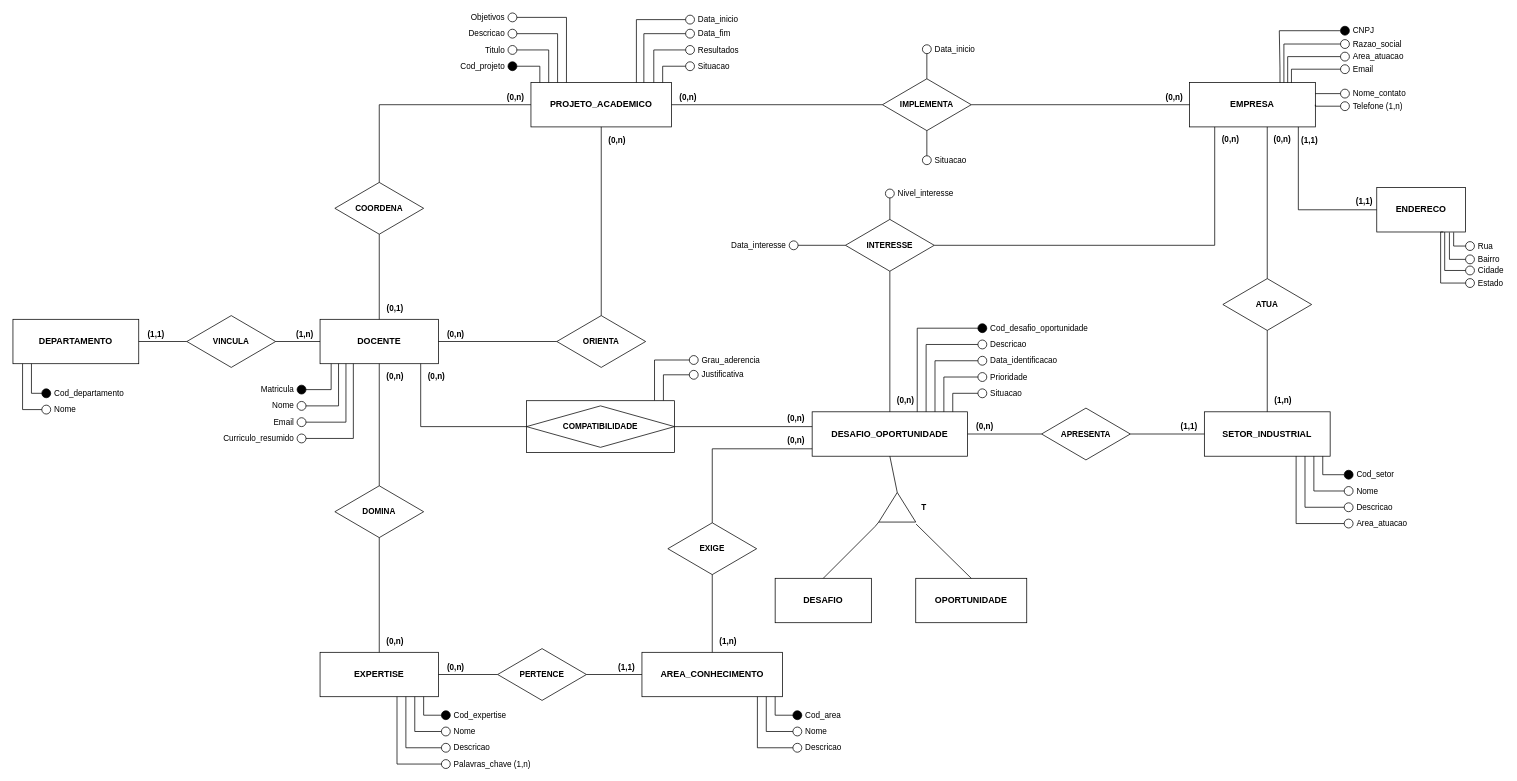
Earlier version of the draw.io diagram docs/DER_Captacao_Projetos.drawio (guto7191/Sistema_de_Captar_Projetos_Universitarios_Data_Base). Source tidied: cells renumbered, new cells numbered last; positions are measured from the earlier drawing's top-left corner, leaving out a move shared by most shapes. Both pictures are drawn from the tidied source at 74%, with x=0, y=0 at pixel (13, 13).
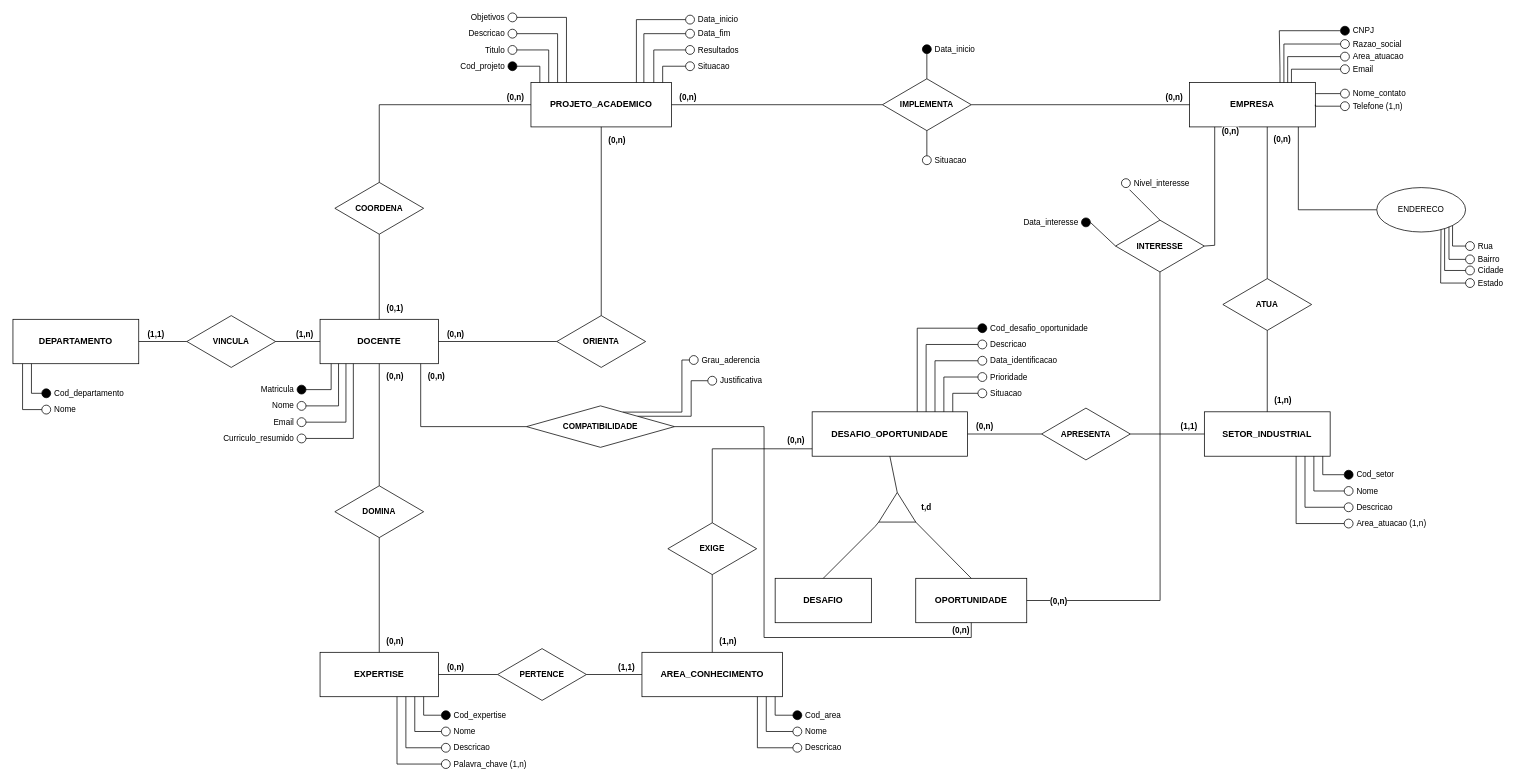
The same diagram, later.

Commit message:
docs: ajusta DER para ficar consistente com o modelo lógico

- Remove rótulos (1,1) soltos no relacionamento ATUA
- ENDERECO desenhado como atributo composto
- Especialização marcada como total e disjunta (t,d)
- INTERESSE e COMPATIBILIDADE ligados a OPORTUNIDADE; COMPATIBILIDADE como losango simples
- Palavra_chave e Area_atuacao (1,n); Data_inicio e Data_interesse como identificadores

Unchanged cells that the change refers to:
```xml
<mxCell id="3" value="DOCENTE" style="rounded=0;whiteSpace=wrap;html=1;fontStyle=1;fontSize=12;fillColor=#FFFFFF;strokeColor=#000000;fontColor=#000000;" parent="1" vertex="1">
  <mxGeometry x="415" y="414" width="160" height="60" as="geometry" />
</mxCell>
<mxCell id="6" value="DESAFIO_OPORTUNIDADE" style="rounded=0;whiteSpace=wrap;html=1;fontStyle=1;fontSize=12;fillColor=#FFFFFF;strokeColor=#000000;fontColor=#000000;" parent="1" vertex="1">
  <mxGeometry x="1080" y="539" width="210" height="60" as="geometry" />
</mxCell>
<mxCell id="11" value="OPORTUNIDADE" style="rounded=0;whiteSpace=wrap;html=1;fontStyle=1;fontSize=12;fillColor=#FFFFFF;strokeColor=#000000;fontColor=#000000;" parent="1" vertex="1">
  <mxGeometry x="1220" y="764" width="150" height="60" as="geometry" />
</mxCell>
<mxCell id="64" value="Grau_aderencia" style="ellipse;html=1;verticalLabelPosition=middle;verticalAlign=middle;fontSize=11;strokeColor=#000000;fontColor=#000000;fillColor=#FFFFFF;labelPosition=right;align=left;spacingLeft=3;" parent="1" vertex="1">
  <mxGeometry x="914" y="463" width="12" height="12" as="geometry" />
</mxCell>
<mxCell id="85" style="edgeStyle=none;rounded=0;html=1;endArrow=none;startArrow=none;strokeColor=#000000;exitX=0.5000;exitY=0.0000;exitDx=0;exitDy=0;exitPerimeter=0;entryX=0.6176;entryY=1.0000;entryDx=0;entryDy=0;entryPerimeter=0;" parent="1" edge="1" source="17" target="5">
  <mxGeometry relative="1" as="geometry" />
</mxCell>
<mxCell id="158" value="Rua" style="ellipse;html=1;verticalLabelPosition=middle;verticalAlign=middle;fontSize=11;strokeColor=#000000;fontColor=#000000;fillColor=#FFFFFF;labelPosition=right;align=left;spacingLeft=3;" parent="1" vertex="1">
  <mxGeometry x="1963" y="309" width="12" height="12" as="geometry" />
</mxCell>
<mxCell id="159" value="Bairro" style="ellipse;html=1;verticalLabelPosition=middle;verticalAlign=middle;fontSize=11;strokeColor=#000000;fontColor=#000000;fillColor=#FFFFFF;labelPosition=right;align=left;spacingLeft=3;" parent="1" vertex="1">
  <mxGeometry x="1963" y="327" width="12" height="12" as="geometry" />
</mxCell>
<mxCell id="160" value="Cidade" style="ellipse;html=1;verticalLabelPosition=middle;verticalAlign=middle;fontSize=11;strokeColor=#000000;fontColor=#000000;fillColor=#FFFFFF;labelPosition=right;align=left;spacingLeft=3;" parent="1" vertex="1">
  <mxGeometry x="1963" y="342" width="12" height="12" as="geometry" />
</mxCell>
<mxCell id="166" style="group;" parent="1" vertex="1">
  <mxGeometry x="694" y="524" width="200" height="70" as="geometry" />
</mxCell>
<mxCell id="168" value="&lt;span style=&quot;text-align: left;&quot;&gt;COMPATIBILIDADE&lt;/span&gt;" style="rhombus;whiteSpace=wrap;html=1;fontStyle=1;fontSize=11;fillColor=#FFFFFF;strokeColor=#000000;fontColor=#000000;" parent="166" vertex="1">
  <mxGeometry y="7" width="200" height="56" as="geometry" />
</mxCell>
```

Diff of the diagram source:
```diff
@@
     <mxCell id="16" value="INTERESSE" style="rhombus;whiteSpace=wrap;html=1;fontStyle=1;fontSize=11;fillColor=#FFFFFF;strokeColor=#000000;fontColor=#000000;" parent="1" vertex="1">
-      <mxGeometry x="1125" y="279" width="120" height="70" as="geometry" />
+      <mxGeometry x="1490" y="280" width="120" height="70" as="geometry" />
     </mxCell>
@@
-    <mxCell id="22" value="T" style="triangle;direction=north;whiteSpace=wrap;html=1;fillColor=#FFFFFF;strokeColor=#000000;fontColor=#000000;labelPosition=right;verticalLabelPosition=middle;align=left;verticalAlign=middle;spacingLeft=6;fontStyle=1;fontSize=11;" parent="1" vertex="1">
+    <mxCell id="22" value="t,d" style="triangle;direction=north;whiteSpace=wrap;html=1;fillColor=#FFFFFF;strokeColor=#000000;fontColor=#000000;labelPosition=right;verticalLabelPosition=middle;align=left;verticalAlign=middle;spacingLeft=6;fontStyle=1;fontSize=11;" parent="1" vertex="1">
       <mxGeometry x="1170" y="648" width="50" height="40" as="geometry" />
     </mxCell>
@@
-    <mxCell id="37" value="Data_inicio" style="ellipse;html=1;verticalLabelPosition=middle;verticalAlign=middle;fontSize=11;strokeColor=#000000;fontColor=#000000;fillColor=#FFFFFF;labelPosition=right;align=left;spacingLeft=3;" parent="1" vertex="1">
+    <mxCell id="37" value="Data_inicio" style="ellipse;html=1;verticalLabelPosition=middle;verticalAlign=middle;fontSize=11;strokeColor=#000000;fontColor=#000000;fillColor=#000000;labelPosition=right;align=left;spacingLeft=3;" parent="1" vertex="1">
       <mxGeometry x="1229" y="43" width="12" height="12" as="geometry" />
     </mxCell>
@@
-    <mxCell id="39" value="Data_interesse" style="ellipse;html=1;verticalLabelPosition=middle;verticalAlign=middle;fontSize=11;strokeColor=#000000;fontColor=#000000;fillColor=#FFFFFF;labelPosition=left;align=right;spacingRight=3;" parent="1" vertex="1">
-      <mxGeometry x="1049" y="308" width="12" height="12" as="geometry" />
+    <mxCell id="39" value="Data_interesse" style="ellipse;html=1;verticalLabelPosition=middle;verticalAlign=middle;fontSize=11;strokeColor=#000000;fontColor=#000000;fillColor=#000000;labelPosition=left;align=right;spacingRight=3;" parent="1" vertex="1">
+      <mxGeometry x="1444" y="277" width="12" height="12" as="geometry" />
     </mxCell>
     <mxCell id="40" value="Nivel_interesse" style="ellipse;html=1;verticalLabelPosition=middle;verticalAlign=middle;fontSize=11;strokeColor=#000000;fontColor=#000000;fillColor=#FFFFFF;labelPosition=right;align=left;spacingLeft=3;" parent="1" vertex="1">
-      <mxGeometry x="1179" y="238" width="12" height="12" as="geometry" />
+      <mxGeometry x="1498" y="224" width="12" height="12" as="geometry" />
     </mxCell>
@@
-    <mxCell id="55" value="Area_atuacao" style="ellipse;html=1;verticalLabelPosition=middle;verticalAlign=middle;fontSize=11;strokeColor=#000000;fontColor=#000000;fillColor=#FFFFFF;labelPosition=right;align=left;spacingLeft=3;" parent="1" vertex="1">
+    <mxCell id="55" value="Area_atuacao (1,n)" style="ellipse;html=1;verticalLabelPosition=middle;verticalAlign=middle;fontSize=11;strokeColor=#000000;fontColor=#000000;fillColor=#FFFFFF;labelPosition=right;align=left;spacingLeft=3;" parent="1" vertex="1">
       <mxGeometry x="1799" y="684" width="12" height="12" as="geometry" />
     </mxCell>
@@
-    <mxCell id="59" value="Palavras_chave (1,n)" style="ellipse;html=1;verticalLabelPosition=middle;verticalAlign=middle;fontSize=11;strokeColor=#000000;fontColor=#000000;fillColor=#FFFFFF;labelPosition=right;align=left;spacingLeft=3;" parent="1" vertex="1">
+    <mxCell id="59" value="Palavra_chave (1,n)" style="ellipse;html=1;verticalLabelPosition=middle;verticalAlign=middle;fontSize=11;strokeColor=#000000;fontColor=#000000;fillColor=#FFFFFF;labelPosition=right;align=left;spacingLeft=3;" parent="1" vertex="1">
       <mxGeometry x="579" y="1009" width="12" height="12" as="geometry" />
     </mxCell>
@@
     <mxCell id="63" value="Justificativa" style="ellipse;html=1;verticalLabelPosition=middle;verticalAlign=middle;fontSize=11;strokeColor=#000000;fontColor=#000000;fillColor=#FFFFFF;labelPosition=right;align=left;spacingLeft=3;" parent="1" vertex="1">
-      <mxGeometry x="914" y="483" width="12" height="12" as="geometry" />
+      <mxGeometry x="939" y="491" width="12" height="12" as="geometry" />
     </mxCell>
@@
-    <mxCell id="81" style="edgeStyle=none;rounded=0;html=1;endArrow=none;startArrow=none;strokeColor=#000000;exitX=0.5000;exitY=1.0000;exitDx=0;exitDy=0;exitPerimeter=0;entryX=0.5000;entryY=0.0000;entryDx=0;entryDy=0;entryPerimeter=0;" parent="1" edge="1" source="16" target="6">
-      <mxGeometry relative="1" as="geometry" />
+    <mxCell id="81" style="edgeStyle=orthogonalEdgeStyle;rounded=0;html=1;endArrow=none;startArrow=none;strokeColor=#000000;entryX=1;entryY=0.5;entryDx=0;entryDy=0;exitX=0.5;exitY=1;exitDx=0;exitDy=0;" parent="1" edge="1" source="16" target="11">
+      <mxGeometry x="-0.36" relative="1" as="geometry">
+        <Array as="points">
+          <mxPoint x="1550.2" y="354" />
+          <mxPoint x="1550.2" y="794" />
+        </Array>
+      </mxGeometry>
     </mxCell>
     <mxCell id="82" value="(0,n)" style="edgeLabel;html=1;align=center;verticalAlign=middle;fontStyle=1;fontSize=11;labelBackgroundColor=#FFFFFF;fontColor=#000000;" parent="81" vertex="1">
-      <mxGeometry x="0.83" relative="1" as="geometry">
+      <mxGeometry x="0.93" relative="1" as="geometry">
         <mxPoint x="20" as="offset" />
       </mxGeometry>
     </mxCell>
@@
-    <mxCell id="87" value="(1,1)" style="edgeLabel;html=1;align=center;verticalAlign=middle;fontStyle=1;fontSize=11;labelBackgroundColor=#FFFFFF;fontColor=#000000;" parent="85" vertex="1">
-      <mxGeometry x="0.84" relative="1" as="geometry">
-        <mxPoint x="57" y="1" as="offset" />
-      </mxGeometry>
-    </mxCell>
-    <mxCell id="88" value="(1,1)" style="edgeLabel;html=1;align=center;verticalAlign=middle;fontStyle=1;fontSize=11;labelBackgroundColor=#FFFFFF;fontColor=#000000;" parent="85" vertex="1">
-      <mxGeometry x="0.84" relative="1" as="geometry">
-        <mxPoint x="131" y="84" as="offset" />
-      </mxGeometry>
-    </mxCell>
@@
-    <mxCell id="107" style="edgeStyle=orthogonalEdgeStyle;rounded=0;html=1;endArrow=none;startArrow=none;strokeColor=#000000;exitX=0;exitY=0.5;exitDx=0;exitDy=0;entryX=0.8500;entryY=1.0000;entryDx=0;entryDy=0;entryPerimeter=0;" parent="1" edge="1" source="167" target="3">
+    <mxCell id="107" style="edgeStyle=orthogonalEdgeStyle;rounded=0;html=1;endArrow=none;startArrow=none;strokeColor=#000000;exitX=0;exitY=0.5;exitDx=0;exitDy=0;entryX=0.8500;entryY=1.0000;entryDx=0;entryDy=0;entryPerimeter=0;" parent="1" edge="1" source="168" target="3">
       <mxGeometry relative="1" as="geometry" />
     </mxCell>
@@
-    <mxCell id="109" style="edgeStyle=orthogonalEdgeStyle;rounded=0;html=1;endArrow=none;startArrow=none;strokeColor=#000000;exitX=1;exitY=0.5;exitDx=0;exitDy=0;entryX=0.0000;entryY=0.3333;entryDx=0;entryDy=0;entryPerimeter=0;" parent="1" edge="1" source="168" target="6">
-      <mxGeometry relative="1" as="geometry" />
+    <mxCell id="109" style="edgeStyle=orthogonalEdgeStyle;rounded=0;html=1;endArrow=none;startArrow=none;strokeColor=#000000;exitX=1;exitY=0.5;exitDx=0;exitDy=0;entryX=0.5;entryY=1;entryDx=0;entryDy=0;entryPerimeter=0;" parent="1" edge="1" source="168" target="11">
+      <mxGeometry relative="1" as="geometry">
+        <Array as="points">
+          <mxPoint x="1015" y="559" />
+          <mxPoint x="1015" y="844" />
+          <mxPoint x="1295" y="844" />
+        </Array>
+      </mxGeometry>
     </mxCell>
     <mxCell id="110" value="(0,n)" style="edgeLabel;html=1;align=center;verticalAlign=middle;fontStyle=1;fontSize=11;labelBackgroundColor=#FFFFFF;fontColor=#000000;" parent="109" vertex="1">
-      <mxGeometry x="0.76" relative="1" as="geometry">
+      <mxGeometry x="0.9" relative="1" as="geometry">
         <mxPoint y="-11" as="offset" />
       </mxGeometry>
     </mxCell>
@@
-    <mxCell id="113" style="edgeStyle=none;rounded=0;html=1;endArrow=none;startArrow=none;strokeColor=#000000;exitX=-0.068;exitY=1.009;exitDx=0;exitDy=0;exitPerimeter=0;entryX=0.5000;entryY=0.0000;entryDx=0;entryDy=0;entryPerimeter=0;" parent="1" edge="1" source="22" target="11">
+    <mxCell id="113" style="edgeStyle=none;rounded=0;html=1;endArrow=none;startArrow=none;strokeColor=#000000;exitX=0.003;exitY=0.996;exitDx=0;exitDy=0;exitPerimeter=0;entryX=0.5000;entryY=0.0000;entryDx=0;entryDy=0;entryPerimeter=0;" parent="1" edge="1" source="22" target="11">
       <mxGeometry x="-0.18" relative="1" as="geometry" />
     </mxCell>
@@
-    <mxCell id="130" style="edgeStyle=none;rounded=0;html=1;endArrow=none;startArrow=none;strokeColor=#000000;exitX=0.0000;exitY=0.5000;exitDx=0;exitDy=0;exitPerimeter=0;entryX=1.0000;entryY=0.5000;entryDx=0;entryDy=0;entryPerimeter=0;" parent="1" edge="1" source="16" target="39">
+    <mxCell id="130" style="edgeStyle=none;rounded=0;html=1;endArrow=none;startArrow=none;strokeColor=#000000;entryX=1.0000;entryY=0.5000;entryDx=0;entryDy=0;entryPerimeter=0;exitX=0;exitY=0.5;exitDx=0;exitDy=0;" parent="1" edge="1" source="16" target="39">
       <mxGeometry relative="1" as="geometry" />
     </mxCell>
-    <mxCell id="131" style="edgeStyle=none;rounded=0;html=1;endArrow=none;startArrow=none;strokeColor=#000000;exitX=0.5000;exitY=0.0000;exitDx=0;exitDy=0;exitPerimeter=0;entryX=0.5000;entryY=1.0000;entryDx=0;entryDy=0;entryPerimeter=0;" parent="1" edge="1" source="16" target="40">
-      <mxGeometry relative="1" as="geometry" />
+    <mxCell id="131" style="edgeStyle=none;rounded=0;html=1;endArrow=none;startArrow=none;strokeColor=#000000;exitX=0.5;exitY=0;exitDx=0;exitDy=0;" parent="1" edge="1" source="16">
+      <mxGeometry relative="1" as="geometry">
+        <mxPoint x="1509" y="238.9" as="targetPoint" />
+        <Array as="points">
+          <mxPoint x="1524.5" y="254.5" />
+        </Array>
+      </mxGeometry>
     </mxCell>
@@
-    <mxCell id="155" style="edgeStyle=orthogonalEdgeStyle;rounded=0;html=1;endArrow=none;startArrow=none;strokeColor=#000000;exitX=0.9250;exitY=0.0000;exitDx=0;exitDy=0;exitPerimeter=0;entryX=0.0000;entryY=0.5000;entryDx=0;entryDy=0;entryPerimeter=0;" parent="1" edge="1" source="167" target="63">
+    <mxCell id="155" style="edgeStyle=orthogonalEdgeStyle;rounded=0;html=1;endArrow=none;startArrow=none;strokeColor=#000000;exitX=0.75;exitY=0.25;exitDx=0;exitDy=0;exitPerimeter=0;entryX=0.0000;entryY=0.5000;entryDx=0;entryDy=0;entryPerimeter=0;" parent="1" edge="1" source="168" target="63">
       <mxGeometry relative="1" as="geometry" />
     </mxCell>
-    <mxCell id="156" style="edgeStyle=orthogonalEdgeStyle;rounded=0;html=1;endArrow=none;startArrow=none;strokeColor=#000000;exitX=0.8650;exitY=0.0000;exitDx=0;exitDy=0;exitPerimeter=0;entryX=0.0000;entryY=0.5000;entryDx=0;entryDy=0;entryPerimeter=0;" parent="1" edge="1" source="167" target="64">
+    <mxCell id="156" style="edgeStyle=orthogonalEdgeStyle;rounded=0;html=1;endArrow=none;startArrow=none;strokeColor=#000000;exitX=0.65;exitY=0.15;exitDx=0;exitDy=0;exitPerimeter=0;entryX=0.0000;entryY=0.5000;entryDx=0;entryDy=0;entryPerimeter=0;" parent="1" edge="1" source="168" target="64">
       <mxGeometry relative="1" as="geometry" />
     </mxCell>
-    <mxCell id="157" value="ENDERECO" style="rounded=0;whiteSpace=wrap;html=1;fontStyle=1;fontSize=12;fillColor=#FFFFFF;strokeColor=#000000;fontColor=#000000;" parent="1" vertex="1">
+    <mxCell id="157" value="ENDERECO" style="ellipse;whiteSpace=wrap;html=1;fontStyle=0;fontSize=11;fillColor=#FFFFFF;strokeColor=#000000;fontColor=#000000;" parent="1" vertex="1">
       <mxGeometry x="1843" y="236" width="120" height="60" as="geometry" />
     </mxCell>
@@
-    <mxCell id="162" style="edgeStyle=orthogonalEdgeStyle;rounded=0;html=1;endArrow=none;startArrow=none;strokeColor=#000000;exitX=0.866;exitY=1.008;exitDx=0;exitDy=0;entryX=0.0000;entryY=0.5000;entryDx=0;entryDy=0;entryPerimeter=0;exitPerimeter=0;" parent="1" edge="1" source="157" target="158">
+    <mxCell id="162" style="edgeStyle=orthogonalEdgeStyle;rounded=0;html=1;endArrow=none;startArrow=none;strokeColor=#000000;exitX=1;exitY=1;exitDx=0;exitDy=0;entryX=0.0000;entryY=0.5000;entryDx=0;entryDy=0;entryPerimeter=0;" parent="1" edge="1" source="157" target="158">
       <mxGeometry relative="1" as="geometry" />
     </mxCell>
-    <mxCell id="163" style="edgeStyle=orthogonalEdgeStyle;rounded=0;html=1;endArrow=none;startArrow=none;strokeColor=#000000;exitX=0.818;exitY=1.01;exitDx=0;exitDy=0;entryX=0.0000;entryY=0.5000;entryDx=0;entryDy=0;entryPerimeter=0;exitPerimeter=0;" parent="1" edge="1" source="157" target="159">
-      <mxGeometry relative="1" as="geometry" />
+    <mxCell id="163" style="edgeStyle=orthogonalEdgeStyle;rounded=0;html=1;endArrow=none;startArrow=none;strokeColor=#000000;exitX=0.813;exitY=0.882;exitDx=0;exitDy=0;entryX=0.0000;entryY=0.5000;entryDx=0;entryDy=0;entryPerimeter=0;exitPerimeter=0;" parent="1" edge="1" source="157" target="159">
+      <mxGeometry x="0.05" relative="1" as="geometry" />
     </mxCell>
@@
-    <mxCell id="165" style="edgeStyle=orthogonalEdgeStyle;rounded=0;html=1;endArrow=none;startArrow=none;strokeColor=#000000;exitX=0.765;exitY=1.002;exitDx=0;exitDy=0;entryX=0;entryY=0.5;entryDx=0;entryDy=0;exitPerimeter=0;" parent="1" edge="1" source="157" target="160">
-      <mxGeometry relative="1" as="geometry" />
+    <mxCell id="165" style="edgeStyle=orthogonalEdgeStyle;rounded=0;html=1;endArrow=none;startArrow=none;strokeColor=#000000;exitX=0.764;exitY=0.928;exitDx=0;exitDy=0;entryX=0;entryY=0.5;entryDx=0;entryDy=0;exitPerimeter=0;" parent="1" edge="1" source="157" target="160">
+      <mxGeometry x="0.03" relative="1" as="geometry" />
     </mxCell>
@@
-    <mxCell id="167" style="rounded=0;whiteSpace=wrap;html=1;fontStyle=1;fontSize=11;verticalAlign=top;align=left;spacingLeft=4;spacingTop=-2;fillColor=#FFFFFF;strokeColor=#000000;fontColor=#000000;" parent="166" vertex="1">
-      <mxGeometry width="200" height="70" as="geometry" />
-    </mxCell>
```
